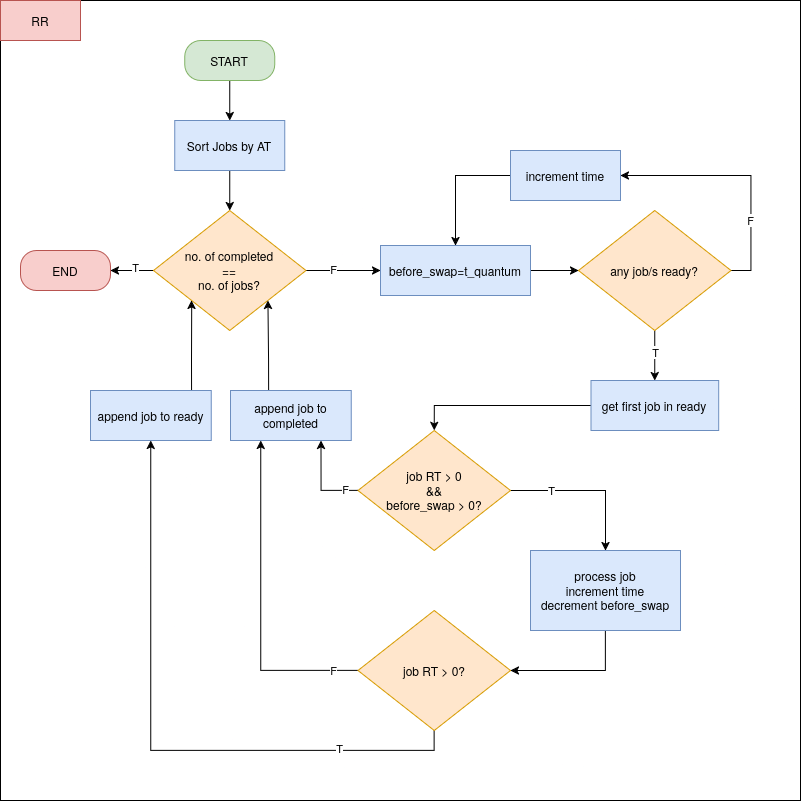
Above: flowcharts/scheduler-RR.drawio.png in VannCodes/scheduler (draw.io), before the change. Source tidied: cells renumbered, new cells last; positions are measured from the earlier drawing's top-left corner, leaving out a move shared by most shapes.
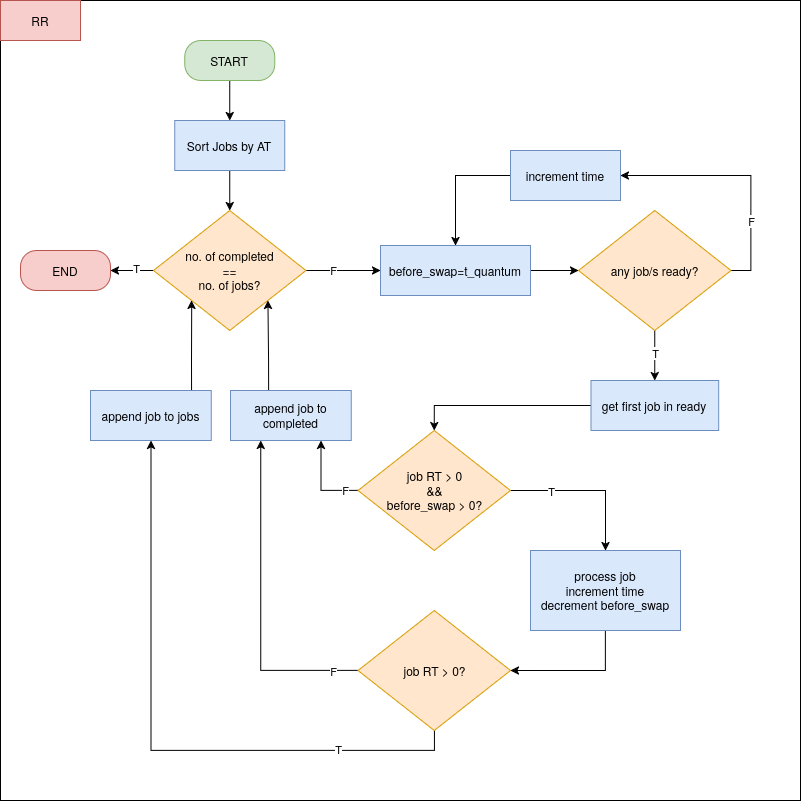
After the change.

The edit, as a diff of the source:
```diff
@@ -146,7 +146,7 @@
     <mxCell id="40" style="edgeStyle=orthogonalEdgeStyle;rounded=0;jettySize=auto;html=1;entryX=0;entryY=1;entryDx=0;entryDy=0;exitX=0.836;exitY=0;exitDx=0;exitDy=0;exitPerimeter=0;" parent="1" edge="1" source="41" target="12">
       <mxGeometry relative="1" as="geometry" />
     </mxCell>
-    <mxCell id="41" value="&lt;div&gt;append job to ready&lt;/div&gt;" style="rounded=0;whiteSpace=wrap;html=1;fillColor=#dae8fc;strokeColor=#6c8ebf;" parent="1" vertex="1">
+    <mxCell id="41" value="&lt;div&gt;append job to jobs&lt;/div&gt;" style="rounded=0;whiteSpace=wrap;html=1;fillColor=#dae8fc;strokeColor=#6c8ebf;" parent="1" vertex="1">
       <mxGeometry x="90" y="390" width="120.8" height="50" as="geometry" />
     </mxCell>
   </root>
```
